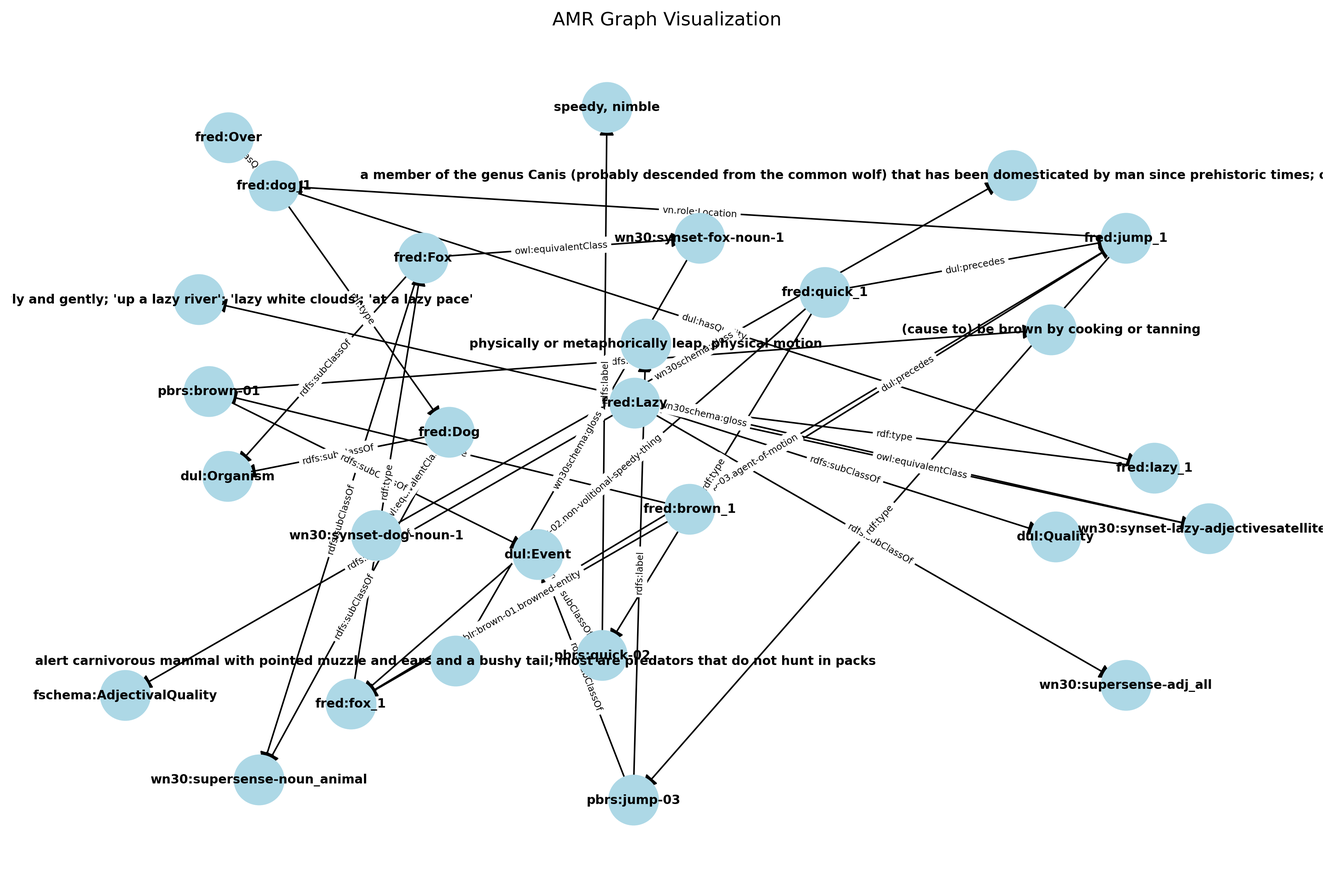
Earlier version of the Graphviz export examples/check.png (infovillasimius/py_amr2fred). Its source is kept beside it as examples/check.dot.
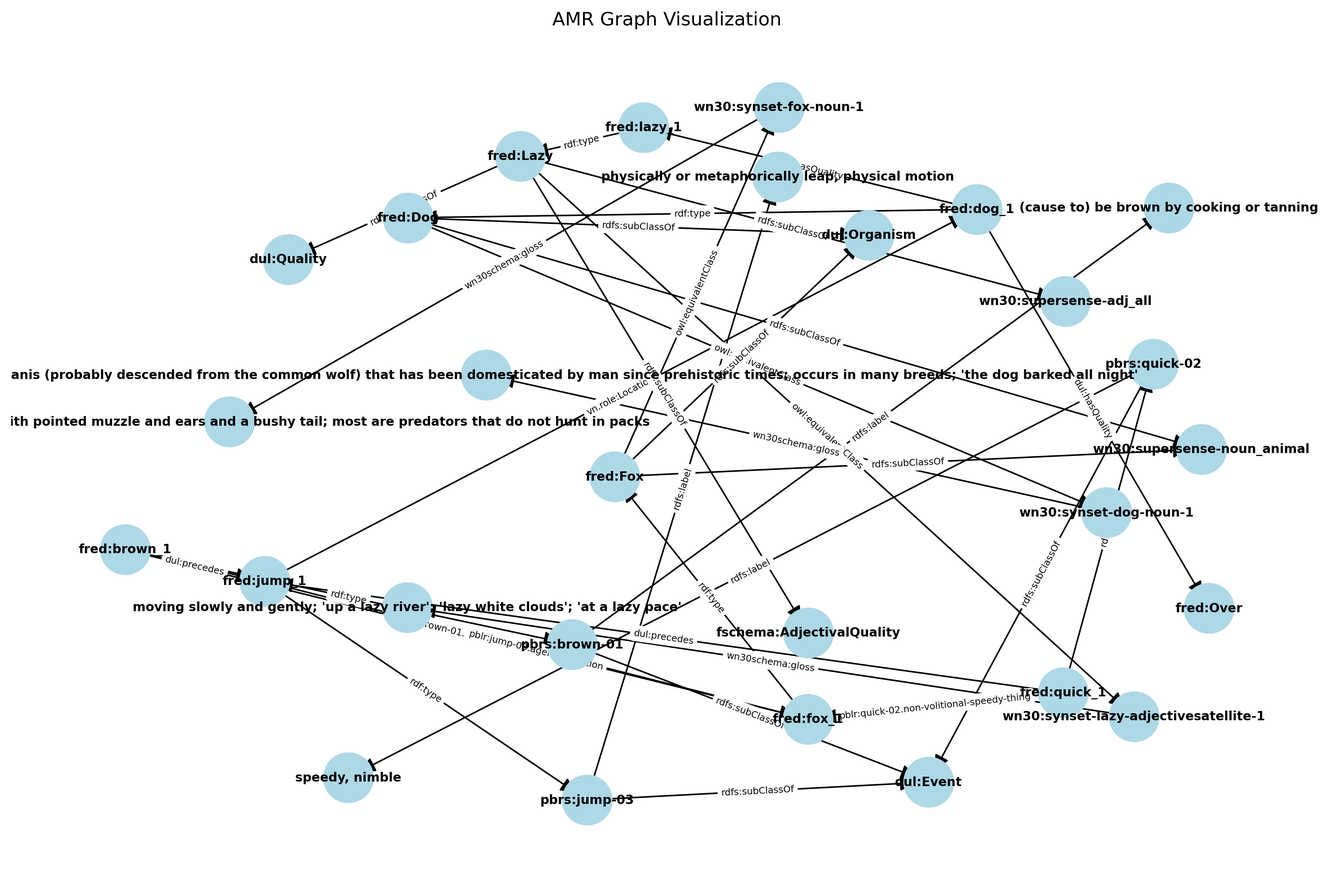
The same diagram one commit later.

Diff of the diagram source:
```diff
@@ -1,102 +1,102 @@
 digraph {
  charset="utf-8"
-"fred:lazy_1" [label="fred:lazy_1", shape=box, color="0.5 0.3 0.5"];
-"fred:Lazy" [label="fred:Lazy", shape=box, color="0.5 0.3 0.5"];
-"fred:lazy_1" -> "fred:Lazy" [label="rdf:type"];
+"fred:dog_1" [label="fred:dog_1", shape=box, color="0.5 0.3 0.5"];
+"fred:Over" [label="fred:Over", shape=box, color="0.5 0.3 0.5"];
+"fred:dog_1" -> "fred:Over" [label="dul:hasQuality"];
+"fred:brown_1" [label="fred:brown_1", shape=box, color="0.5 0.3 0.5"];
+"pbrs:brown-01" [label="pbrs:brown-01", shape=box, color="1.0 0.3 0.7"];
+"fred:brown_1" -> "pbrs:brown-01" [label="rdf:type"];
+"fred:brown_1" [label="fred:brown_1", shape=box, color="0.5 0.3 0.5"];
+"fred:fox_1" [label="fred:fox_1", shape=box, color="0.5 0.3 0.5"];
+"fred:brown_1" -> "fred:fox_1" [label="pblr:brown-01.browned-entity"];
 "fred:Dog" [label="fred:Dog", shape=box, color="0.5 0.3 0.5"];
 "dul:Organism" [label="dul:Organism", shape=box, color="1.0 0.3 0.7"];
 "fred:Dog" -> "dul:Organism" [label="rdfs:subClassOf"];
+"pbrs:jump-03" [label="pbrs:jump-03", shape=box, color="1.0 0.3 0.7"];
+"physically or metaphorically leap, physical motion" [label="physically or metaphorically leap, physical motion", shape=box, color="1.0 0.3 0.7"];
+"pbrs:jump-03" -> "physically or metaphorically leap, physical motion" [label="rdfs:label"];
+"fred:dog_1" [label="fred:dog_1", shape=box, color="0.5 0.3 0.5"];
+"fred:lazy_1" [label="fred:lazy_1", shape=box, color="0.5 0.3 0.5"];
+"fred:dog_1" -> "fred:lazy_1" [label="dul:hasQuality"];
 "fred:jump_1" [label="fred:jump_1", shape=box, color="0.5 0.3 0.5"];
-"fred:dog_1" [label="fred:dog_1", shape=box, color="0.5 0.3 0.5"];
-"fred:jump_1" -> "fred:dog_1" [label="vn.role:Location"];
+"pbrs:jump-03" [label="pbrs:jump-03", shape=box, color="1.0 0.3 0.7"];
+"fred:jump_1" -> "pbrs:jump-03" [label="rdf:type"];
 "wn30:synset-fox-noun-1" [label="wn30:synset-fox-noun-1", shape=box, color="1.0 0.3 0.7"];
 "alert carnivorous mammal with pointed muzzle and ears and a bushy tail; most are predators that do not hunt in packs" [label="alert carnivorous mammal with pointed muzzle and ears and a bushy tail; most are predators that do not hunt in packs", shape=box, color="1.0 0.3 0.7"];
 "wn30:synset-fox-noun-1" -> "alert carnivorous mammal with pointed muzzle and ears and a bushy tail; most are predators that do not hunt in packs" [label="wn30schema:gloss"];
-"fred:Lazy" [label="fred:Lazy", shape=box, color="0.5 0.3 0.5"];
-"fschema:AdjectivalQuality" [label="fschema:AdjectivalQuality", shape=box, color="1.0 0.3 0.7"];
-"fred:Lazy" -> "fschema:AdjectivalQuality" [label="rdfs:subClassOf"];
-"pbrs:brown-01" [label="pbrs:brown-01", shape=box, color="1.0 0.3 0.7"];
-"(cause to) be brown by cooking or tanning" [label="(cause to) be brown by cooking or tanning", shape=box, color="1.0 0.3 0.7"];
-"pbrs:brown-01" -> "(cause to) be brown by cooking or tanning" [label="rdfs:label"];
-"pbrs:brown-01" [label="pbrs:brown-01", shape=box, color="1.0 0.3 0.7"];
-"dul:Event" [label="dul:Event", shape=box, color="1.0 0.3 0.7"];
-"pbrs:brown-01" -> "dul:Event" [label="rdfs:subClassOf"];
-"fred:quick_1" [label="fred:quick_1", shape=box, color="0.5 0.3 0.5"];
-"pbrs:quick-02" [label="pbrs:quick-02", shape=box, color="1.0 0.3 0.7"];
-"fred:quick_1" -> "pbrs:quick-02" [label="rdf:type"];
-"fred:dog_1" [label="fred:dog_1", shape=box, color="0.5 0.3 0.5"];
-"fred:Dog" [label="fred:Dog", shape=box, color="0.5 0.3 0.5"];
-"fred:dog_1" -> "fred:Dog" [label="rdf:type"];
-"fred:Lazy" [label="fred:Lazy", shape=box, color="0.5 0.3 0.5"];
-"wn30:synset-lazy-adjectivesatellite-1" [label="wn30:synset-lazy-adjectivesatellite-1", shape=box, color="1.0 0.3 0.7"];
-"fred:Lazy" -> "wn30:synset-lazy-adjectivesatellite-1" [label="owl:equivalentClass"];
-"fred:Lazy" [label="fred:Lazy", shape=box, color="0.5 0.3 0.5"];
-"dul:Quality" [label="dul:Quality", shape=box, color="1.0 0.3 0.7"];
-"fred:Lazy" -> "dul:Quality" [label="rdfs:subClassOf"];
 "fred:Dog" [label="fred:Dog", shape=box, color="0.5 0.3 0.5"];
 "wn30:supersense-noun_animal" [label="wn30:supersense-noun_animal", shape=box, color="1.0 0.3 0.7"];
 "fred:Dog" -> "wn30:supersense-noun_animal" [label="rdfs:subClassOf"];
-"fred:brown_1" [label="fred:brown_1", shape=box, color="0.5 0.3 0.5"];
-"pbrs:brown-01" [label="pbrs:brown-01", shape=box, color="1.0 0.3 0.7"];
-"fred:brown_1" -> "pbrs:brown-01" [label="rdf:type"];
-"pbrs:jump-03" [label="pbrs:jump-03", shape=box, color="1.0 0.3 0.7"];
-"physically or metaphorically leap, physical motion" [label="physically or metaphorically leap, physical motion", shape=box, color="1.0 0.3 0.7"];
-"pbrs:jump-03" -> "physically or metaphorically leap, physical motion" [label="rdfs:label"];
-"fred:quick_1" [label="fred:quick_1", shape=box, color="0.5 0.3 0.5"];
-"fred:jump_1" [label="fred:jump_1", shape=box, color="0.5 0.3 0.5"];
-"fred:quick_1" -> "fred:jump_1" [label="dul:precedes"];
+"fred:Fox" [label="fred:Fox", shape=box, color="0.5 0.3 0.5"];
+"dul:Organism" [label="dul:Organism", shape=box, color="1.0 0.3 0.7"];
+"fred:Fox" -> "dul:Organism" [label="rdfs:subClassOf"];
 "fred:Lazy" [label="fred:Lazy", shape=box, color="0.5 0.3 0.5"];
 "wn30:supersense-adj_all" [label="wn30:supersense-adj_all", shape=box, color="1.0 0.3 0.7"];
 "fred:Lazy" -> "wn30:supersense-adj_all" [label="rdfs:subClassOf"];
-"fred:brown_1" [label="fred:brown_1", shape=box, color="0.5 0.3 0.5"];
-"fred:jump_1" [label="fred:jump_1", shape=box, color="0.5 0.3 0.5"];
-"fred:brown_1" -> "fred:jump_1" [label="dul:precedes"];
-"fred:Fox" [label="fred:Fox", shape=box, color="0.5 0.3 0.5"];
-"dul:Organism" [label="dul:Organism", shape=box, color="1.0 0.3 0.7"];
-"fred:Fox" -> "dul:Organism" [label="rdfs:subClassOf"];
-"pbrs:quick-02" [label="pbrs:quick-02", shape=box, color="1.0 0.3 0.7"];
-"speedy, nimble" [label="speedy, nimble", shape=box, color="1.0 0.3 0.7"];
-"pbrs:quick-02" -> "speedy, nimble" [label="rdfs:label"];
-"fred:Fox" [label="fred:Fox", shape=box, color="0.5 0.3 0.5"];
-"wn30:synset-fox-noun-1" [label="wn30:synset-fox-noun-1", shape=box, color="1.0 0.3 0.7"];
-"fred:Fox" -> "wn30:synset-fox-noun-1" [label="owl:equivalentClass"];
-"fred:jump_1" [label="fred:jump_1", shape=box, color="0.5 0.3 0.5"];
-"pbrs:jump-03" [label="pbrs:jump-03", shape=box, color="1.0 0.3 0.7"];
-"fred:jump_1" -> "pbrs:jump-03" [label="rdf:type"];
-"fred:dog_1" [label="fred:dog_1", shape=box, color="0.5 0.3 0.5"];
-"fred:lazy_1" [label="fred:lazy_1", shape=box, color="0.5 0.3 0.5"];
-"fred:dog_1" -> "fred:lazy_1" [label="dul:hasQuality"];
-"fred:brown_1" [label="fred:brown_1", shape=box, color="0.5 0.3 0.5"];
-"fred:fox_1" [label="fred:fox_1", shape=box, color="0.5 0.3 0.5"];
-"fred:brown_1" -> "fred:fox_1" [label="pblr:brown-01.browned-entity"];
-"fred:dog_1" [label="fred:dog_1", shape=box, color="0.5 0.3 0.5"];
-"fred:Over" [label="fred:Over", shape=box, color="0.5 0.3 0.5"];
-"fred:dog_1" -> "fred:Over" [label="dul:hasQuality"];
 "pbrs:jump-03" [label="pbrs:jump-03", shape=box, color="1.0 0.3 0.7"];
 "dul:Event" [label="dul:Event", shape=box, color="1.0 0.3 0.7"];
 "pbrs:jump-03" -> "dul:Event" [label="rdfs:subClassOf"];
 "pbrs:quick-02" [label="pbrs:quick-02", shape=box, color="1.0 0.3 0.7"];
 "dul:Event" [label="dul:Event", shape=box, color="1.0 0.3 0.7"];
 "pbrs:quick-02" -> "dul:Event" [label="rdfs:subClassOf"];
+"fred:quick_1" [label="fred:quick_1", shape=box, color="0.5 0.3 0.5"];
+"fred:jump_1" [label="fred:jump_1", shape=box, color="0.5 0.3 0.5"];
+"fred:quick_1" -> "fred:jump_1" [label="dul:precedes"];
+"fred:Fox" [label="fred:Fox", shape=box, color="0.5 0.3 0.5"];
+"wn30:supersense-noun_animal" [label="wn30:supersense-noun_animal", shape=box, color="1.0 0.3 0.7"];
+"fred:Fox" -> "wn30:supersense-noun_animal" [label="rdfs:subClassOf"];
+"fred:Lazy" [label="fred:Lazy", shape=box, color="0.5 0.3 0.5"];
+"fschema:AdjectivalQuality" [label="fschema:AdjectivalQuality", shape=box, color="1.0 0.3 0.7"];
+"fred:Lazy" -> "fschema:AdjectivalQuality" [label="rdfs:subClassOf"];
+"fred:Fox" [label="fred:Fox", shape=box, color="0.5 0.3 0.5"];
+"wn30:synset-fox-noun-1" [label="wn30:synset-fox-noun-1", shape=box, color="1.0 0.3 0.7"];
+"fred:Fox" -> "wn30:synset-fox-noun-1" [label="owl:equivalentClass"];
+"fred:Dog" [label="fred:Dog", shape=box, color="0.5 0.3 0.5"];
+"wn30:synset-dog-noun-1" [label="wn30:synset-dog-noun-1", shape=box, color="1.0 0.3 0.7"];
+"fred:Dog" -> "wn30:synset-dog-noun-1" [label="owl:equivalentClass"];
+"pbrs:brown-01" [label="pbrs:brown-01", shape=box, color="1.0 0.3 0.7"];
+"(cause to) be brown by cooking or tanning" [label="(cause to) be brown by cooking or tanning", shape=box, color="1.0 0.3 0.7"];
+"pbrs:brown-01" -> "(cause to) be brown by cooking or tanning" [label="rdfs:label"];
 "fred:fox_1" [label="fred:fox_1", shape=box, color="0.5 0.3 0.5"];
 "fred:Fox" [label="fred:Fox", shape=box, color="0.5 0.3 0.5"];
 "fred:fox_1" -> "fred:Fox" [label="rdf:type"];
+"fred:Lazy" [label="fred:Lazy", shape=box, color="0.5 0.3 0.5"];
+"wn30:synset-lazy-adjectivesatellite-1" [label="wn30:synset-lazy-adjectivesatellite-1", shape=box, color="1.0 0.3 0.7"];
+"fred:Lazy" -> "wn30:synset-lazy-adjectivesatellite-1" [label="owl:equivalentClass"];
+"fred:quick_1" [label="fred:quick_1", shape=box, color="0.5 0.3 0.5"];
+"pbrs:quick-02" [label="pbrs:quick-02", shape=box, color="1.0 0.3 0.7"];
+"fred:quick_1" -> "pbrs:quick-02" [label="rdf:type"];
+"pbrs:brown-01" [label="pbrs:brown-01", shape=box, color="1.0 0.3 0.7"];
+"dul:Event" [label="dul:Event", shape=box, color="1.0 0.3 0.7"];
+"pbrs:brown-01" -> "dul:Event" [label="rdfs:subClassOf"];
+"fred:Lazy" [label="fred:Lazy", shape=box, color="0.5 0.3 0.5"];
+"dul:Quality" [label="dul:Quality", shape=box, color="1.0 0.3 0.7"];
+"fred:Lazy" -> "dul:Quality" [label="rdfs:subClassOf"];
+"fred:jump_1" [label="fred:jump_1", shape=box, color="0.5 0.3 0.5"];
+"fred:fox_1" [label="fred:fox_1", shape=box, color="0.5 0.3 0.5"];
+"fred:jump_1" -> "fred:fox_1" [label="pblr:jump-03.agent-of-motion"];
 "fred:quick_1" [label="fred:quick_1", shape=box, color="0.5 0.3 0.5"];
 "fred:fox_1" [label="fred:fox_1", shape=box, color="0.5 0.3 0.5"];
 "fred:quick_1" -> "fred:fox_1" [label="pblr:quick-02.non-volitional-speedy-thing"];
-"fred:Fox" [label="fred:Fox", shape=box, color="0.5 0.3 0.5"];
-"wn30:supersense-noun_animal" [label="wn30:supersense-noun_animal", shape=box, color="1.0 0.3 0.7"];
-"fred:Fox" -> "wn30:supersense-noun_animal" [label="rdfs:subClassOf"];
-"fred:jump_1" [label="fred:jump_1", shape=box, color="0.5 0.3 0.5"];
-"fred:fox_1" [label="fred:fox_1", shape=box, color="0.5 0.3 0.5"];
-"fred:jump_1" -> "fred:fox_1" [label="pblr:jump-03.agent-of-motion"];
+"fred:dog_1" [label="fred:dog_1", shape=box, color="0.5 0.3 0.5"];
+"fred:Dog" [label="fred:Dog", shape=box, color="0.5 0.3 0.5"];
+"fred:dog_1" -> "fred:Dog" [label="rdf:type"];
+"pbrs:quick-02" [label="pbrs:quick-02", shape=box, color="1.0 0.3 0.7"];
+"speedy, nimble" [label="speedy, nimble", shape=box, color="1.0 0.3 0.7"];
+"pbrs:quick-02" -> "speedy, nimble" [label="rdfs:label"];
 "wn30:synset-lazy-adjectivesatellite-1" [label="wn30:synset-lazy-adjectivesatellite-1", shape=box, color="1.0 0.3 0.7"];
 "moving slowly and gently; 'up a lazy river'; 'lazy white clouds'; 'at a lazy pace'" [label="moving slowly and gently; 'up a lazy river'; 'lazy white clouds'; 'at a lazy pace'", shape=box, color="1.0 0.3 0.7"];
 "wn30:synset-lazy-adjectivesatellite-1" -> "moving slowly and gently; 'up a lazy river'; 'lazy white clouds'; 'at a lazy pace'" [label="wn30schema:gloss"];
+"fred:lazy_1" [label="fred:lazy_1", shape=box, color="0.5 0.3 0.5"];
+"fred:Lazy" [label="fred:Lazy", shape=box, color="0.5 0.3 0.5"];
+"fred:lazy_1" -> "fred:Lazy" [label="rdf:type"];
+"fred:brown_1" [label="fred:brown_1", shape=box, color="0.5 0.3 0.5"];
+"fred:jump_1" [label="fred:jump_1", shape=box, color="0.5 0.3 0.5"];
+"fred:brown_1" -> "fred:jump_1" [label="dul:precedes"];
+"fred:jump_1" [label="fred:jump_1", shape=box, color="0.5 0.3 0.5"];
+"fred:dog_1" [label="fred:dog_1", shape=box, color="0.5 0.3 0.5"];
+"fred:jump_1" -> "fred:dog_1" [label="vn.role:Location"];
 "wn30:synset-dog-noun-1" [label="wn30:synset-dog-noun-1", shape=box, color="1.0 0.3 0.7"];
 "a member of the genus Canis (probably descended from the common wolf) that has been domesticated by man since prehistoric times; occurs in many breeds; 'the dog barked all night'" [label="a member of the genus Canis (probably descended from the common wolf) that has been domesticated by man since prehistoric times; occurs in many breeds; 'the dog barked all night'", shape=box, color="1.0 0.3 0.7"];
 "wn30:synset-dog-noun-1" -> "a member of the genus Canis (probably descended from the common wolf) that has been domesticated by man since prehistoric times; occurs in many breeds; 'the dog barked all night'" [label="wn30schema:gloss"];
-"fred:Dog" [label="fred:Dog", shape=box, color="0.5 0.3 0.5"];
-"wn30:synset-dog-noun-1" [label="wn30:synset-dog-noun-1", shape=box, color="1.0 0.3 0.7"];
-"fred:Dog" -> "wn30:synset-dog-noun-1" [label="owl:equivalentClass"];
 }
```
